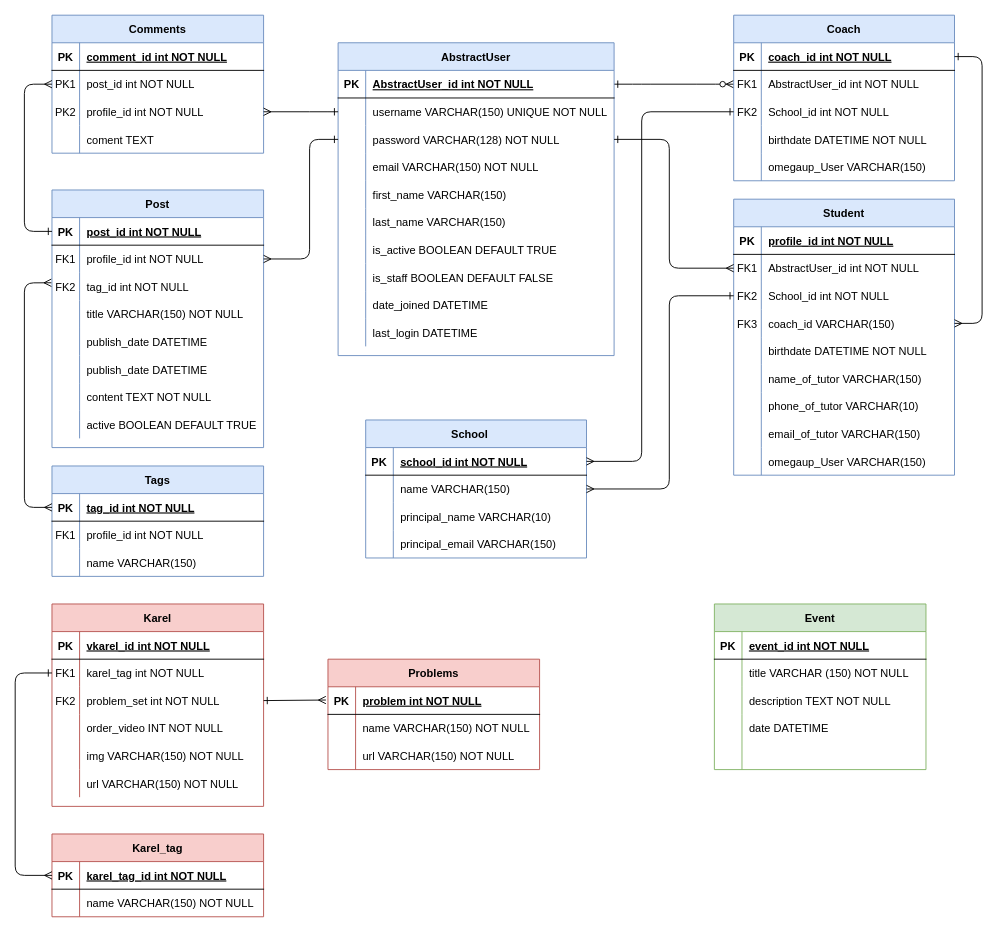
Before: OMICHH_ERM.drawio in LaloRivero/omichh-ERM, a draw.io diagram. Source tidied: cells renumbered, new cells numbered last; positions are measured from the earlier drawing's top-left corner, leaving out a move shared by most shapes. Both pictures are drawn from the tidied source at 92%, with x=0, y=0 at pixel (15, 15).
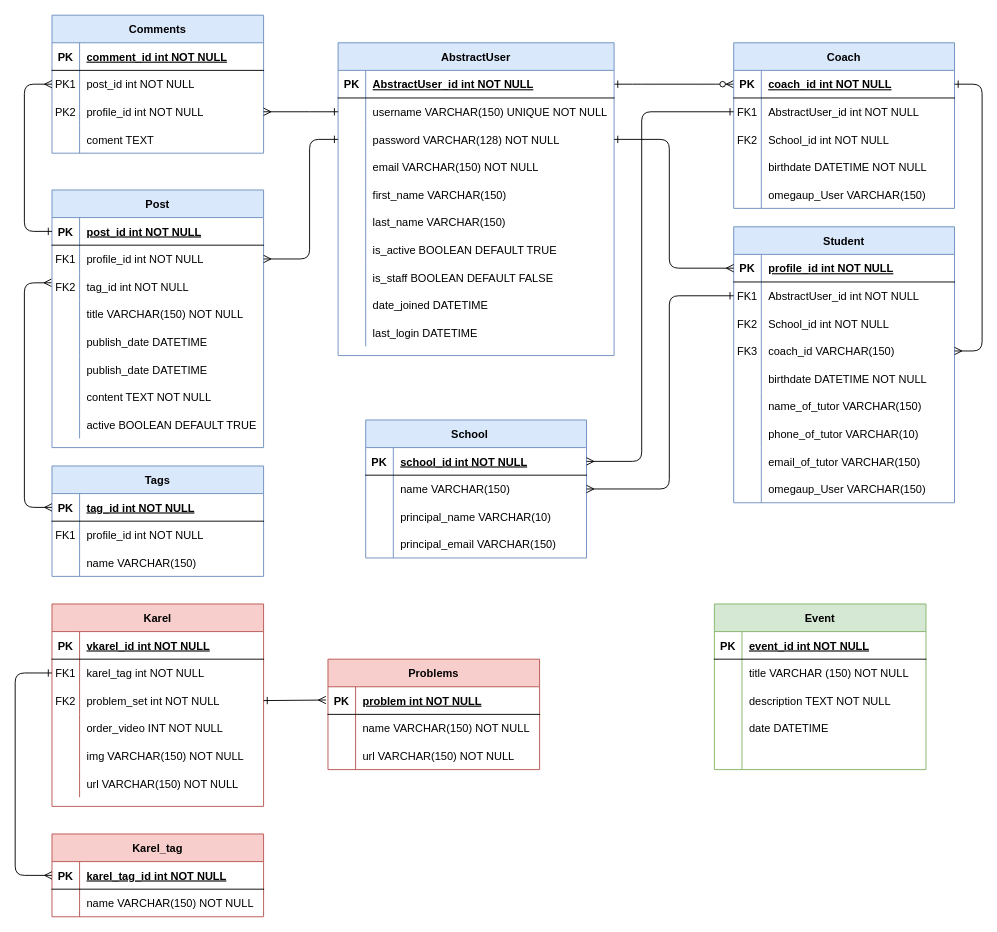
The same page after the edit.

Unchanged cells that the change refers to:
```xml
<mxCell id="4" style="shape=partialRectangle;fillColor=none;points=[[0,0.5],[1,0.5]];portConstraint=eastwest;top=0;left=0;right=0;bottom=1;" parent="3" vertex="1">
  <mxGeometry y="30" width="240" height="30" as="geometry" />
</mxCell>
<mxCell id="7" style="shape=partialRectangle;fillColor=none;points=[[0,0.5],[1,0.5]];portConstraint=eastwest;top=0;left=0;right=0;bottom=0;" parent="3" vertex="1">
  <mxGeometry y="60" width="240" height="30" as="geometry" />
</mxCell>
<mxCell id="10" style="shape=partialRectangle;fillColor=none;points=[[0,0.5],[1,0.5]];portConstraint=eastwest;top=0;left=0;right=0;bottom=0;" parent="3" vertex="1">
  <mxGeometry y="90" width="240" height="30" as="geometry" />
</mxCell>
<mxCell id="20" style="shape=partialRectangle;fillColor=none;points=[[0,0.5],[1,0.5]];portConstraint=eastwest;top=0;left=0;right=0;bottom=1;" parent="19" vertex="1">
  <mxGeometry y="30" width="300" height="30" as="geometry" />
</mxCell>
<mxCell id="26" style="shape=partialRectangle;fillColor=none;points=[[0,0.5],[1,0.5]];portConstraint=eastwest;top=0;left=0;right=0;bottom=0;" parent="19" vertex="1">
  <mxGeometry y="90" width="300" height="30" as="geometry" />
</mxCell>
<mxCell id="51" style="shape=partialRectangle;fillColor=none;points=[[0,0.5],[1,0.5]];portConstraint=eastwest;top=0;left=0;right=0;bottom=1;" parent="50" vertex="1">
  <mxGeometry y="30" width="240" height="30" as="geometry" />
</mxCell>
<mxCell id="54" style="shape=partialRectangle;fillColor=none;points=[[0,0.5],[1,0.5]];portConstraint=eastwest;top=0;left=0;right=0;bottom=0;" parent="50" vertex="1">
  <mxGeometry y="60" width="240" height="30" as="geometry" />
</mxCell>
<mxCell id="172" style="shape=partialRectangle;fillColor=none;points=[[0,0.5],[1,0.5]];portConstraint=eastwest;top=0;left=0;right=0;bottom=0;" parent="168" vertex="1">
  <mxGeometry y="60" width="240" height="30" as="geometry" />
</mxCell>
<mxCell id="175" style="shape=partialRectangle;fillColor=none;points=[[0,0.5],[1,0.5]];portConstraint=eastwest;top=0;left=0;right=0;bottom=0;" parent="168" vertex="1">
  <mxGeometry y="90" width="240" height="30" as="geometry" />
</mxCell>
<mxCell id="178" style="shape=partialRectangle;fillColor=none;points=[[0,0.5],[1,0.5]];portConstraint=eastwest;top=0;left=0;right=0;bottom=0;" parent="168" vertex="1">
  <mxGeometry y="120" width="240" height="30" as="geometry" />
</mxCell>
```

Change to the diagram source:
```diff
@@
-    <mxCell id="2" style="edgeStyle=entityRelationEdgeStyle;endArrow=ERzeroToMany;startArrow=ERone;endFill=1;startFill=0;entryX=0;entryY=0.5;entryDx=0;entryDy=0;" parent="1" edge="1" source="20" target="7">
-      <mxGeometry relative="1" as="geometry" />
+    <mxCell id="2" style="edgeStyle=entityRelationEdgeStyle;endArrow=ERzeroToMany;startArrow=ERone;endFill=1;startFill=0;entryX=0;entryY=0.5;entryDx=0;entryDy=0;" parent="1" edge="1" source="20">
+      <mxGeometry relative="1" as="geometry">
+        <mxPoint x="781" y="75" as="targetPoint" />
+      </mxGeometry>
     </mxCell>
     <mxCell id="3" value="Coach" style="shape=table;startSize=30;childLayout=tableLayout;rowLines=0;fontStyle=1;align=center;fillColor=#dae8fc;strokeColor=#6c8ebf;" parent="1" vertex="1">
-      <mxGeometry x="781" width="240" height="180" as="geometry" />
+      <mxGeometry x="781" y="30" width="240" height="180" as="geometry" />
     </mxCell>
@@
     <mxCell id="168" value="Student" style="shape=table;startSize=30;childLayout=tableLayout;rowLines=0;fontStyle=1;align=center;fillColor=#dae8fc;strokeColor=#6c8ebf;" parent="1" vertex="1">
-      <mxGeometry x="781" y="200" width="240" height="300" as="geometry" />
+      <mxGeometry x="781" y="230" width="240" height="300" as="geometry" />
     </mxCell>
@@
     <mxCell id="196" style="endArrow=ERone;html=1;exitX=1;exitY=0.5;exitDx=0;exitDy=0;entryX=1;entryY=0.5;entryDx=0;entryDy=0;startArrow=ERmany;startFill=0;endFill=0;" parent="1" edge="1" source="178" target="4">
       <mxGeometry relative="1" as="geometry">
         <Array as="points">
-          <mxPoint x="1051" y="335" />
-          <mxPoint x="1051" y="45" />
+          <mxPoint x="1051" y="365" />
+          <mxPoint x="1051" y="75" />
         </Array>
       </mxGeometry>
     </mxCell>
-    <mxCell id="197" style="endArrow=ERmany;html=1;exitX=1;exitY=0.5;exitDx=0;exitDy=0;entryX=0;entryY=0.5;entryDx=0;entryDy=0;endFill=0;startArrow=ERone;startFill=0;" parent="1" edge="1" source="26" target="172">
+    <mxCell id="197" style="endArrow=ERmany;html=1;exitX=1;exitY=0.5;exitDx=0;exitDy=0;entryX=0;entryY=0.5;entryDx=0;entryDy=0;endFill=0;startArrow=ERone;startFill=0;" parent="1" edge="1" source="26">
       <mxGeometry relative="1" as="geometry">
+        <mxPoint x="781" y="275" as="targetPoint" />
         <Array as="points">
           <mxPoint x="711" y="135" />
           <mxPoint x="711" y="275" />
         </Array>
       </mxGeometry>
     </mxCell>
-    <mxCell id="198" style="endArrow=ERone;html=1;entryX=0;entryY=0.5;entryDx=0;entryDy=0;exitX=1;exitY=0.5;exitDx=0;exitDy=0;startArrow=ERmany;startFill=0;endFill=0;" parent="1" edge="1" source="51" target="10">
+    <mxCell id="198" style="endArrow=ERone;html=1;entryX=0;entryY=0.5;entryDx=0;entryDy=0;exitX=1;exitY=0.5;exitDx=0;exitDy=0;startArrow=ERmany;startFill=0;endFill=0;" parent="1" edge="1" source="51">
       <mxGeometry relative="1" as="geometry">
+        <mxPoint x="781" y="105" as="targetPoint" />
         <Array as="points">
           <mxPoint x="681" y="485" />
           <mxPoint x="681" y="105" />
         </Array>
       </mxGeometry>
     </mxCell>
-    <mxCell id="199" style="endArrow=ERone;html=1;entryX=0;entryY=0.5;entryDx=0;entryDy=0;exitX=1;exitY=0.5;exitDx=0;exitDy=0;startArrow=ERmany;startFill=0;endFill=0;" parent="1" edge="1" source="54" target="175">
+    <mxCell id="199" style="endArrow=ERone;html=1;entryX=0;entryY=0.5;entryDx=0;entryDy=0;exitX=1;exitY=0.5;exitDx=0;exitDy=0;startArrow=ERmany;startFill=0;endFill=0;" parent="1" edge="1" source="54">
       <mxGeometry relative="1" as="geometry">
+        <mxPoint x="781" y="305" as="targetPoint" />
         <Array as="points">
           <mxPoint x="711" y="515" />
           <mxPoint x="711" y="305" />
         </Array>
       </mxGeometry>
     </mxCell>
```
